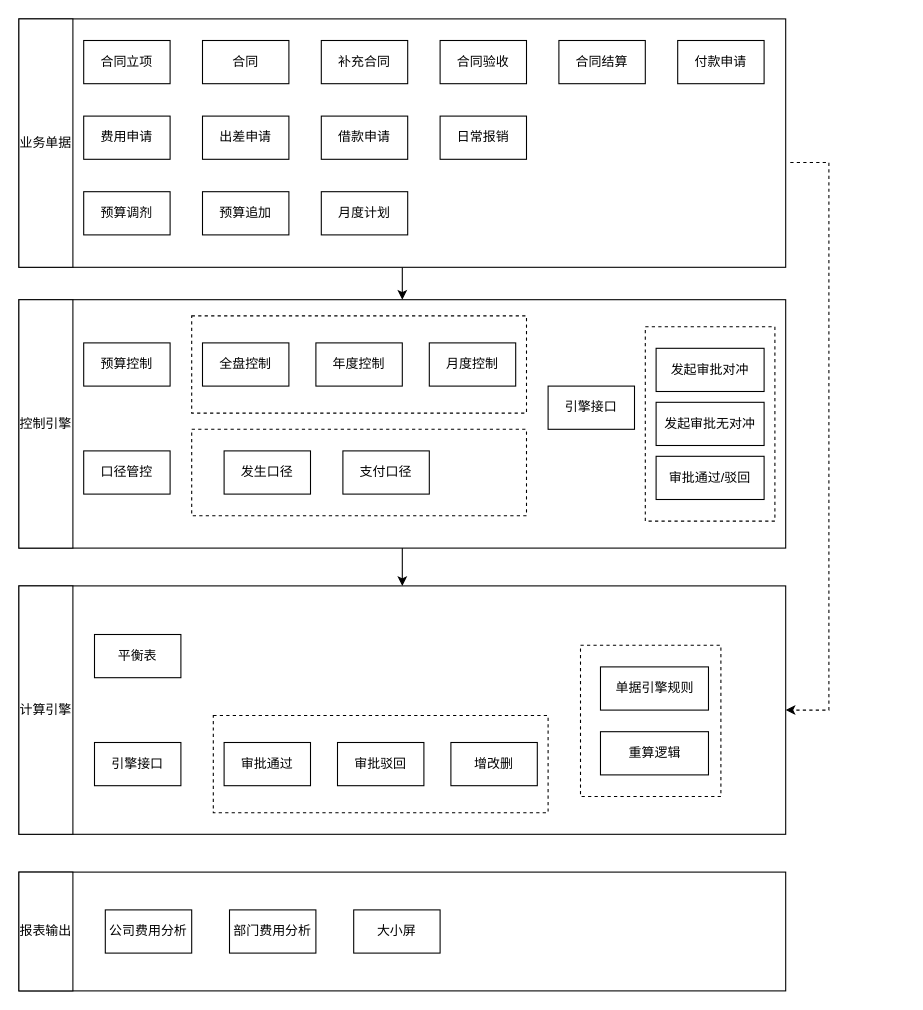
This is page "整体系统架构" (1 of 4) of fyxt_arch.drawio from chainren/draw.io, a draw.io file, before an edit. Source tidied: cells renumbered, new cells numbered last; positions are measured from the earlier drawing's top-left corner, leaving out a move shared by most shapes. Both pictures are drawn from the tidied source at 108%, with x=0, y=0 at pixel (18, 18).
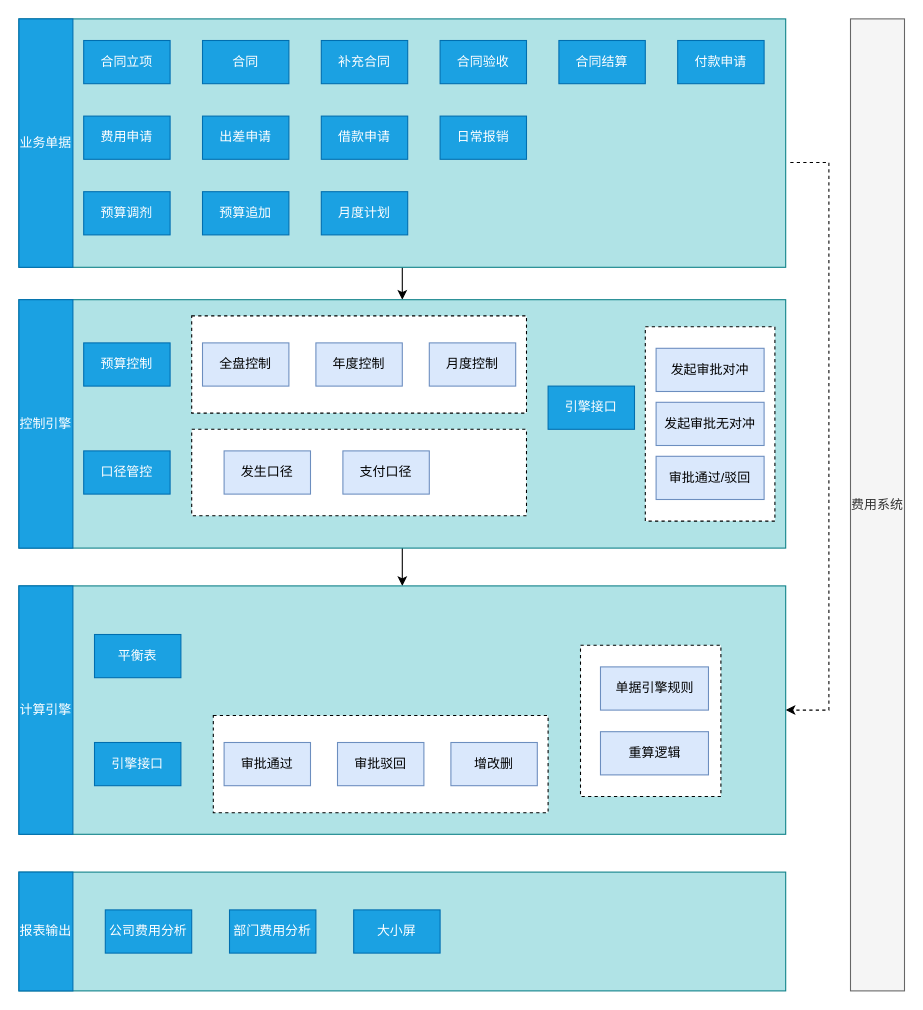
Above is the later version.

What changed in the source:
```diff
@@
-    <mxCell id="4" style="rounded=0;whiteSpace=wrap;html=1;" parent="1" vertex="1">
+    <mxCell id="4" style="rounded=0;whiteSpace=wrap;html=1;fillColor=#b0e3e6;strokeColor=#0e8088;" parent="1" vertex="1">
       <mxGeometry width="710" height="230" as="geometry" />
     </mxCell>
-    <mxCell id="5" value="业务单据" style="rounded=0;whiteSpace=wrap;html=1;" parent="1" vertex="1">
+    <mxCell id="5" value="业务单据" style="rounded=0;whiteSpace=wrap;html=1;fillColor=#1ba1e2;fontColor=#ffffff;strokeColor=#006EAF;" parent="1" vertex="1">
       <mxGeometry width="50" height="230" as="geometry" />
     </mxCell>
-    <mxCell id="6" value="合同立项" style="rounded=0;whiteSpace=wrap;html=1;" parent="1" vertex="1">
+    <mxCell id="6" value="合同立项" style="rounded=0;whiteSpace=wrap;html=1;fillColor=#1ba1e2;fontColor=#ffffff;strokeColor=#006EAF;" parent="1" vertex="1">
       <mxGeometry x="60" y="20" width="80" height="40" as="geometry" />
     </mxCell>
-    <mxCell id="7" value="合同" style="rounded=0;whiteSpace=wrap;html=1;" parent="1" vertex="1">
+    <mxCell id="7" value="合同" style="rounded=0;whiteSpace=wrap;html=1;fillColor=#1ba1e2;fontColor=#ffffff;strokeColor=#006EAF;" parent="1" vertex="1">
       <mxGeometry x="170" y="20" width="80" height="40" as="geometry" />
     </mxCell>
-    <mxCell id="8" value="补充合同" style="rounded=0;whiteSpace=wrap;html=1;" parent="1" vertex="1">
+    <mxCell id="8" value="补充合同" style="rounded=0;whiteSpace=wrap;html=1;fillColor=#1ba1e2;fontColor=#ffffff;strokeColor=#006EAF;" parent="1" vertex="1">
       <mxGeometry x="280" y="20" width="80" height="40" as="geometry" />
     </mxCell>
-    <mxCell id="9" value="合同验收" style="rounded=0;whiteSpace=wrap;html=1;" parent="1" vertex="1">
+    <mxCell id="9" value="合同验收" style="rounded=0;whiteSpace=wrap;html=1;fillColor=#1ba1e2;fontColor=#ffffff;strokeColor=#006EAF;" parent="1" vertex="1">
       <mxGeometry x="390" y="20" width="80" height="40" as="geometry" />
     </mxCell>
-    <mxCell id="10" value="合同结算" style="rounded=0;whiteSpace=wrap;html=1;" parent="1" vertex="1">
+    <mxCell id="10" value="合同结算" style="rounded=0;whiteSpace=wrap;html=1;fillColor=#1ba1e2;fontColor=#ffffff;strokeColor=#006EAF;" parent="1" vertex="1">
       <mxGeometry x="500" y="20" width="80" height="40" as="geometry" />
     </mxCell>
-    <mxCell id="11" value="付款申请" style="rounded=0;whiteSpace=wrap;html=1;" parent="1" vertex="1">
+    <mxCell id="11" value="付款申请" style="rounded=0;whiteSpace=wrap;html=1;fillColor=#1ba1e2;fontColor=#ffffff;strokeColor=#006EAF;" parent="1" vertex="1">
       <mxGeometry x="610" y="20" width="80" height="40" as="geometry" />
     </mxCell>
-    <mxCell id="12" value="预算调剂" style="rounded=0;whiteSpace=wrap;html=1;" parent="1" vertex="1">
+    <mxCell id="12" value="预算调剂" style="rounded=0;whiteSpace=wrap;html=1;fillColor=#1ba1e2;fontColor=#ffffff;strokeColor=#006EAF;" parent="1" vertex="1">
       <mxGeometry x="60" y="160" width="80" height="40" as="geometry" />
     </mxCell>
-    <mxCell id="13" value="日常报销" style="rounded=0;whiteSpace=wrap;html=1;" parent="1" vertex="1">
+    <mxCell id="13" value="日常报销" style="rounded=0;whiteSpace=wrap;html=1;fillColor=#1ba1e2;fontColor=#ffffff;strokeColor=#006EAF;" parent="1" vertex="1">
       <mxGeometry x="390" y="90" width="80" height="40" as="geometry" />
     </mxCell>
-    <mxCell id="14" value="借款申请" style="rounded=0;whiteSpace=wrap;html=1;" parent="1" vertex="1">
+    <mxCell id="14" value="借款申请" style="rounded=0;whiteSpace=wrap;html=1;fillColor=#1ba1e2;fontColor=#ffffff;strokeColor=#006EAF;" parent="1" vertex="1">
       <mxGeometry x="280" y="90" width="80" height="40" as="geometry" />
     </mxCell>
-    <mxCell id="15" value="出差申请" style="rounded=0;whiteSpace=wrap;html=1;" parent="1" vertex="1">
+    <mxCell id="15" value="出差申请" style="rounded=0;whiteSpace=wrap;html=1;fillColor=#1ba1e2;fontColor=#ffffff;strokeColor=#006EAF;" parent="1" vertex="1">
       <mxGeometry x="170" y="90" width="80" height="40" as="geometry" />
     </mxCell>
-    <mxCell id="16" value="费用申请" style="rounded=0;whiteSpace=wrap;html=1;" parent="1" vertex="1">
+    <mxCell id="16" value="费用申请" style="rounded=0;whiteSpace=wrap;html=1;fillColor=#1ba1e2;fontColor=#ffffff;strokeColor=#006EAF;" parent="1" vertex="1">
       <mxGeometry x="60" y="90" width="80" height="40" as="geometry" />
     </mxCell>
-    <mxCell id="17" value="预算追加" style="rounded=0;whiteSpace=wrap;html=1;" parent="1" vertex="1">
+    <mxCell id="17" value="预算追加" style="rounded=0;whiteSpace=wrap;html=1;fillColor=#1ba1e2;fontColor=#ffffff;strokeColor=#006EAF;" parent="1" vertex="1">
       <mxGeometry x="170" y="160" width="80" height="40" as="geometry" />
     </mxCell>
-    <mxCell id="18" value="月度计划" style="rounded=0;whiteSpace=wrap;html=1;" parent="1" vertex="1">
+    <mxCell id="18" value="月度计划" style="rounded=0;whiteSpace=wrap;html=1;fillColor=#1ba1e2;fontColor=#ffffff;strokeColor=#006EAF;" parent="1" vertex="1">
       <mxGeometry x="280" y="160" width="80" height="40" as="geometry" />
     </mxCell>
@@
-    <mxCell id="20" style="rounded=0;whiteSpace=wrap;html=1;" parent="1" vertex="1">
+    <mxCell id="20" style="rounded=0;whiteSpace=wrap;html=1;fillColor=#b0e3e6;strokeColor=#0e8088;" parent="1" vertex="1">
       <mxGeometry y="260" width="710" height="230" as="geometry" />
     </mxCell>
-    <mxCell id="21" value="控制引擎" style="rounded=0;whiteSpace=wrap;html=1;" parent="1" vertex="1">
+    <mxCell id="21" value="控制引擎" style="rounded=0;whiteSpace=wrap;html=1;fillColor=#1ba1e2;fontColor=#ffffff;strokeColor=#006EAF;" parent="1" vertex="1">
       <mxGeometry y="260" width="50" height="230" as="geometry" />
     </mxCell>
-    <mxCell id="22" value="预算控制" style="rounded=0;whiteSpace=wrap;html=1;" parent="1" vertex="1">
+    <mxCell id="22" value="预算控制" style="rounded=0;whiteSpace=wrap;html=1;fillColor=#1ba1e2;fontColor=#ffffff;strokeColor=#006EAF;" parent="1" vertex="1">
       <mxGeometry x="60" y="300" width="80" height="40" as="geometry" />
     </mxCell>
-    <mxCell id="23" value="口径管控" style="rounded=0;whiteSpace=wrap;html=1;" parent="1" vertex="1">
+    <mxCell id="23" value="口径管控" style="rounded=0;whiteSpace=wrap;html=1;fillColor=#1ba1e2;fontColor=#ffffff;strokeColor=#006EAF;" parent="1" vertex="1">
       <mxGeometry x="60" y="400" width="80" height="40" as="geometry" />
     </mxCell>
@@
-    <mxCell id="25" value="支付口径" style="rounded=0;whiteSpace=wrap;html=1;" parent="1" vertex="1">
+    <mxCell id="25" value="支付口径" style="rounded=0;whiteSpace=wrap;html=1;fillColor=#dae8fc;strokeColor=#6c8ebf;" parent="1" vertex="1">
       <mxGeometry x="300" y="400" width="80" height="40" as="geometry" />
     </mxCell>
-    <mxCell id="26" value="发生口径" style="rounded=0;whiteSpace=wrap;html=1;" parent="1" vertex="1">
+    <mxCell id="26" value="发生口径" style="rounded=0;whiteSpace=wrap;html=1;fillColor=#dae8fc;strokeColor=#6c8ebf;" parent="1" vertex="1">
       <mxGeometry x="190" y="400" width="80" height="40" as="geometry" />
     </mxCell>
@@
-    <mxCell id="28" value="全盘控制" style="rounded=0;whiteSpace=wrap;html=1;" parent="1" vertex="1">
+    <mxCell id="28" value="全盘控制" style="rounded=0;whiteSpace=wrap;html=1;fillColor=#dae8fc;strokeColor=#6c8ebf;" parent="1" vertex="1">
       <mxGeometry x="170" y="300" width="80" height="40" as="geometry" />
     </mxCell>
-    <mxCell id="29" value="年度控制" style="rounded=0;whiteSpace=wrap;html=1;" parent="1" vertex="1">
+    <mxCell id="29" value="年度控制" style="rounded=0;whiteSpace=wrap;html=1;fillColor=#dae8fc;strokeColor=#6c8ebf;" parent="1" vertex="1">
       <mxGeometry x="275" y="300" width="80" height="40" as="geometry" />
     </mxCell>
@@
-    <mxCell id="31" value="月度控制" style="rounded=0;whiteSpace=wrap;html=1;" parent="1" vertex="1">
+    <mxCell id="31" value="月度控制" style="rounded=0;whiteSpace=wrap;html=1;fillColor=#dae8fc;strokeColor=#6c8ebf;" parent="1" vertex="1">
       <mxGeometry x="380" y="300" width="80" height="40" as="geometry" />
     </mxCell>
-    <mxCell id="32" value="审批通过/驳回" style="rounded=0;whiteSpace=wrap;html=1;" parent="1" vertex="1">
+    <mxCell id="32" value="审批通过/驳回" style="rounded=0;whiteSpace=wrap;html=1;fillColor=#dae8fc;strokeColor=#6c8ebf;" parent="1" vertex="1">
       <mxGeometry x="590" y="405" width="100" height="40" as="geometry" />
     </mxCell>
-    <mxCell id="33" value="引擎接口" style="rounded=0;whiteSpace=wrap;html=1;" parent="1" vertex="1">
+    <mxCell id="33" value="引擎接口" style="rounded=0;whiteSpace=wrap;html=1;fillColor=#1ba1e2;fontColor=#ffffff;strokeColor=#006EAF;" parent="1" vertex="1">
       <mxGeometry x="490" y="340" width="80" height="40" as="geometry" />
     </mxCell>
-    <mxCell id="34" value="发起审批无对冲" style="rounded=0;whiteSpace=wrap;html=1;" parent="1" vertex="1">
+    <mxCell id="34" value="发起审批无对冲" style="rounded=0;whiteSpace=wrap;html=1;fillColor=#dae8fc;strokeColor=#6c8ebf;" parent="1" vertex="1">
       <mxGeometry x="590" y="355" width="100" height="40" as="geometry" />
     </mxCell>
-    <mxCell id="35" value="发起审批对冲" style="rounded=0;whiteSpace=wrap;html=1;" parent="1" vertex="1">
+    <mxCell id="35" value="发起审批对冲" style="rounded=0;whiteSpace=wrap;html=1;fillColor=#dae8fc;strokeColor=#6c8ebf;" parent="1" vertex="1">
       <mxGeometry x="590" y="305" width="100" height="40" as="geometry" />
     </mxCell>
-    <mxCell id="36" style="rounded=0;whiteSpace=wrap;html=1;" parent="1" vertex="1">
+    <mxCell id="36" style="rounded=0;whiteSpace=wrap;html=1;fillColor=#b0e3e6;strokeColor=#0e8088;" parent="1" vertex="1">
       <mxGeometry y="525" width="710" height="230" as="geometry" />
     </mxCell>
-    <mxCell id="37" value="计算引擎" style="rounded=0;whiteSpace=wrap;html=1;" parent="1" vertex="1">
+    <mxCell id="37" value="计算引擎" style="rounded=0;whiteSpace=wrap;html=1;fillColor=#1ba1e2;fontColor=#ffffff;strokeColor=#006EAF;" parent="1" vertex="1">
       <mxGeometry y="525" width="50" height="230" as="geometry" />
     </mxCell>
-    <mxCell id="38" value="平衡表" style="rounded=0;whiteSpace=wrap;html=1;" parent="1" vertex="1">
+    <mxCell id="38" value="平衡表" style="rounded=0;whiteSpace=wrap;html=1;fillColor=#1ba1e2;fontColor=#ffffff;strokeColor=#006EAF;" parent="1" vertex="1">
       <mxGeometry x="70" y="570" width="80" height="40" as="geometry" />
     </mxCell>
-    <mxCell id="39" value="引擎接口" style="rounded=0;whiteSpace=wrap;html=1;" parent="1" vertex="1">
+    <mxCell id="39" value="引擎接口" style="rounded=0;whiteSpace=wrap;html=1;fillColor=#1ba1e2;fontColor=#ffffff;strokeColor=#006EAF;" parent="1" vertex="1">
       <mxGeometry x="70" y="670" width="80" height="40" as="geometry" />
     </mxCell>
@@
-    <mxCell id="41" value="审批通过" style="rounded=0;whiteSpace=wrap;html=1;" parent="1" vertex="1">
+    <mxCell id="41" value="审批通过" style="rounded=0;whiteSpace=wrap;html=1;fillColor=#dae8fc;strokeColor=#6c8ebf;" parent="1" vertex="1">
       <mxGeometry x="190" y="670" width="80" height="40" as="geometry" />
     </mxCell>
-    <mxCell id="42" value="审批驳回" style="rounded=0;whiteSpace=wrap;html=1;" parent="1" vertex="1">
+    <mxCell id="42" value="审批驳回" style="rounded=0;whiteSpace=wrap;html=1;fillColor=#dae8fc;strokeColor=#6c8ebf;" parent="1" vertex="1">
       <mxGeometry x="295" y="670" width="80" height="40" as="geometry" />
     </mxCell>
-    <mxCell id="43" value="增改删" style="rounded=0;whiteSpace=wrap;html=1;" parent="1" vertex="1">
+    <mxCell id="43" value="增改删" style="rounded=0;whiteSpace=wrap;html=1;fillColor=#dae8fc;strokeColor=#6c8ebf;" parent="1" vertex="1">
       <mxGeometry x="400" y="670" width="80" height="40" as="geometry" />
     </mxCell>
@@
-    <mxCell id="45" value="单据引擎规则" style="rounded=0;whiteSpace=wrap;html=1;" parent="1" vertex="1">
+    <mxCell id="45" value="单据引擎规则" style="rounded=0;whiteSpace=wrap;html=1;fillColor=#dae8fc;strokeColor=#6c8ebf;" parent="1" vertex="1">
       <mxGeometry x="538.5" y="600" width="100" height="40" as="geometry" />
     </mxCell>
-    <mxCell id="46" value="重算逻辑" style="rounded=0;whiteSpace=wrap;html=1;" parent="1" vertex="1">
+    <mxCell id="46" value="重算逻辑" style="rounded=0;whiteSpace=wrap;html=1;fillColor=#dae8fc;strokeColor=#6c8ebf;" parent="1" vertex="1">
       <mxGeometry x="538.5" y="660" width="100" height="40" as="geometry" />
     </mxCell>
-    <mxCell id="47" style="rounded=0;whiteSpace=wrap;html=1;" parent="1" vertex="1">
+    <mxCell id="47" style="rounded=0;whiteSpace=wrap;html=1;fillColor=#b0e3e6;strokeColor=#0e8088;" parent="1" vertex="1">
       <mxGeometry y="790" width="710" height="110" as="geometry" />
     </mxCell>
-    <mxCell id="48" value="报表输出" style="rounded=0;whiteSpace=wrap;html=1;" parent="1" vertex="1">
+    <mxCell id="48" value="报表输出" style="rounded=0;whiteSpace=wrap;html=1;fillColor=#1ba1e2;fontColor=#ffffff;strokeColor=#006EAF;" parent="1" vertex="1">
       <mxGeometry y="790" width="50" height="110" as="geometry" />
     </mxCell>
-    <mxCell id="49" value="公司费用分析" style="rounded=0;whiteSpace=wrap;html=1;" parent="1" vertex="1">
+    <mxCell id="49" value="公司费用分析" style="rounded=0;whiteSpace=wrap;html=1;fillColor=#1ba1e2;fontColor=#ffffff;strokeColor=#006EAF;" parent="1" vertex="1">
       <mxGeometry x="80" y="825" width="80" height="40" as="geometry" />
     </mxCell>
-    <mxCell id="50" value="部门费用分析" style="rounded=0;whiteSpace=wrap;html=1;" parent="1" vertex="1">
+    <mxCell id="50" value="部门费用分析" style="rounded=0;whiteSpace=wrap;html=1;fillColor=#1ba1e2;fontColor=#ffffff;strokeColor=#006EAF;" parent="1" vertex="1">
       <mxGeometry x="195" y="825" width="80" height="40" as="geometry" />
     </mxCell>
-    <mxCell id="51" value="大小屏" style="rounded=0;whiteSpace=wrap;html=1;" parent="1" vertex="1">
+    <mxCell id="51" value="大小屏" style="rounded=0;whiteSpace=wrap;html=1;fillColor=#1ba1e2;fontColor=#ffffff;strokeColor=#006EAF;" parent="1" vertex="1">
       <mxGeometry x="310" y="825" width="80" height="40" as="geometry" />
     </mxCell>
+    <mxCell id="52" value="费用系统" style="rounded=0;whiteSpace=wrap;html=1;fontFamily=Helvetica;verticalAlign=middle;fillColor=#f5f5f5;strokeColor=#666666;fontColor=#333333;" parent="1" vertex="1">
+      <mxGeometry x="770" width="50" height="900" as="geometry" />
+    </mxCell>
```
